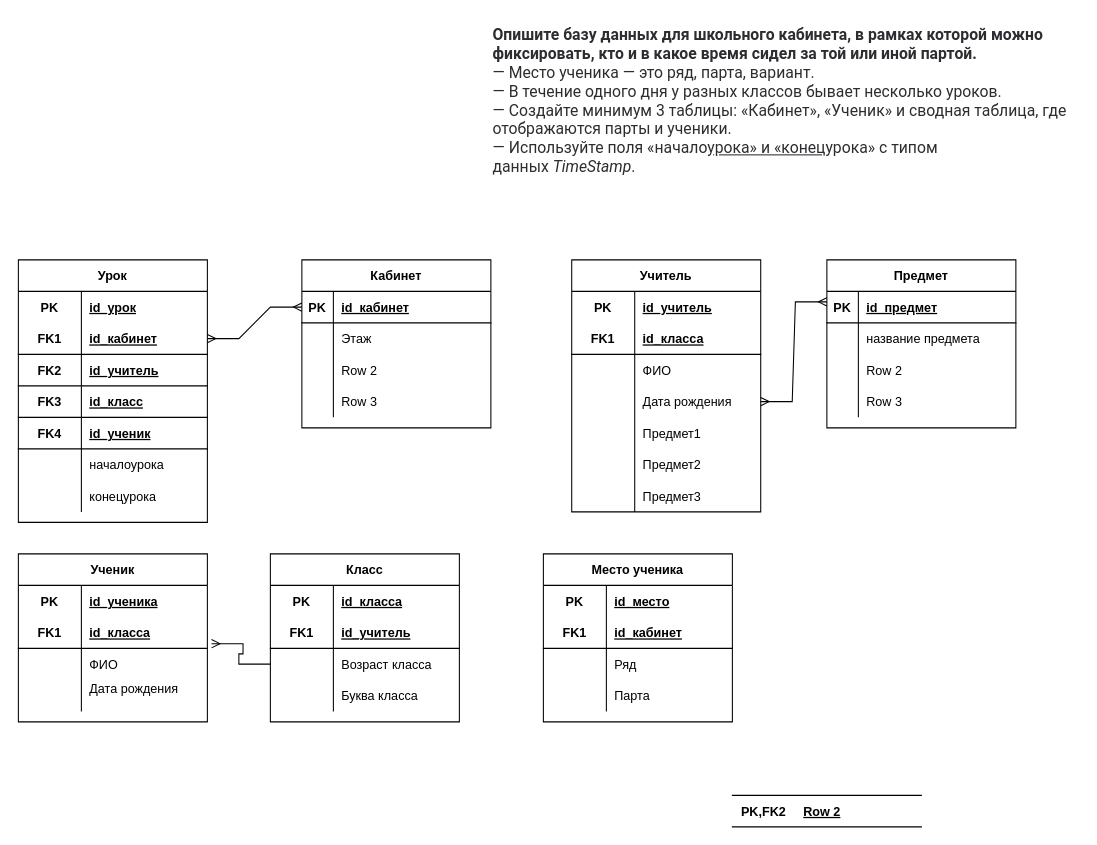
This is Диаграмма класса.drawio from nikul1ch/diagram, a draw.io file, before an edit. Source tidied: cells renumbered, new cells numbered last; positions are measured from the earlier drawing's top-left corner, leaving out a move shared by most shapes. Both pictures are drawn from the tidied source at 105%, with x=0, y=0 at pixel (18, 18).
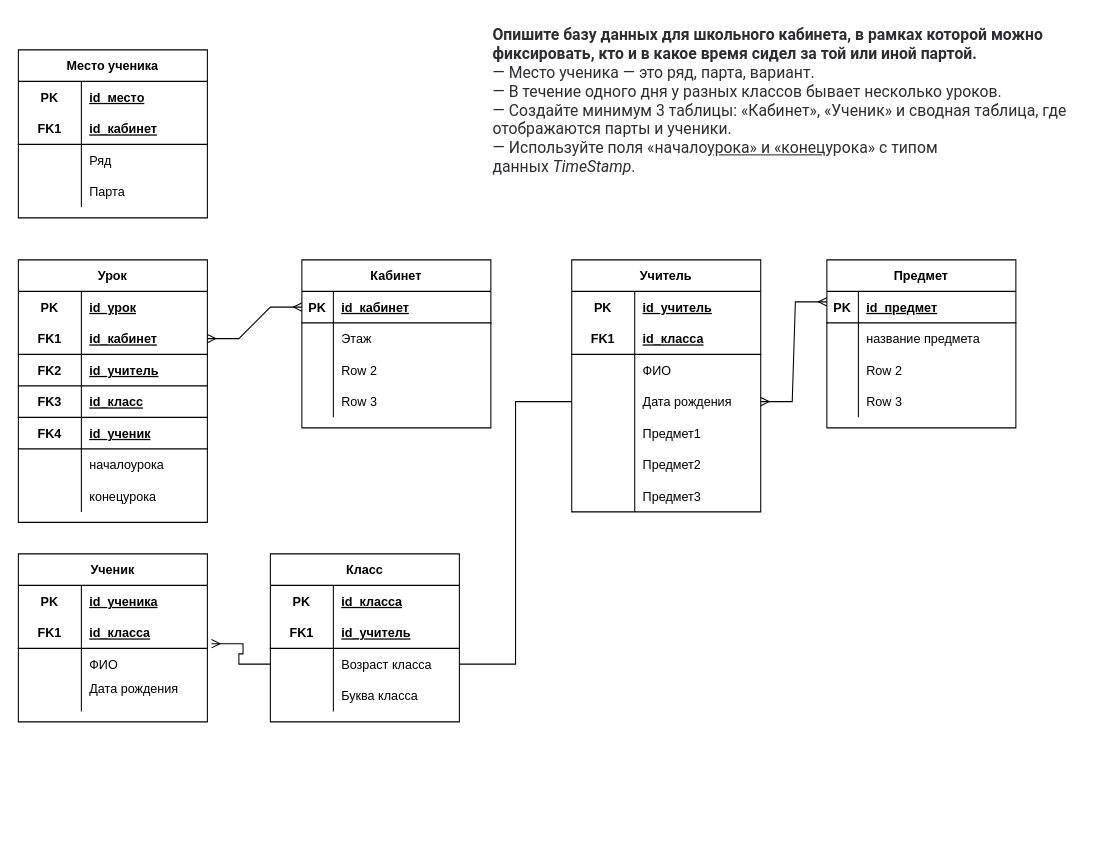
The same diagram, later.

The change refers to these unchanged cells:
```xml
<mxCell id="36" style="shape=tableRow;horizontal=0;startSize=0;swimlaneHead=0;swimlaneBody=0;fillColor=none;points=[[0,0.5],[1,0.5]];portConstraint=eastwest;top=0;left=0;right=0;bottom=0;" parent="29" vertex="1">
  <mxGeometry y="90" width="180" height="30" as="geometry" />
</mxCell>
<mxCell id="52" style="shape=tableRow;horizontal=0;startSize=0;swimlaneHead=0;swimlaneBody=0;fillColor=none;points=[[0,0.5],[1,0.5]];portConstraint=eastwest;top=0;left=0;right=0;bottom=0;" parent="42" vertex="1">
  <mxGeometry y="120" width="180" height="30" as="geometry" />
</mxCell>
```

Diff of the diagram source:
```diff
@@
-    <mxCell id="86" style="shape=tableRow;horizontal=0;startSize=0;swimlaneHead=0;swimlaneBody=0;fillColor=none;top=0;left=0;right=0;bottom=1;" parent="1" vertex="1">
-      <mxGeometry x="680" y="710" width="180" height="30" as="geometry" />
-    </mxCell>
-    <mxCell id="87" style="shape=tableRow;horizontal=0;startSize=0;swimlaneHead=0;swimlaneBody=0;fillColor=none;top=0;left=0;right=0;bottom=1;" parent="1" vertex="1">
-      <mxGeometry x="680" y="740" width="180" height="30" as="geometry" />
-    </mxCell>
-    <mxCell id="88" value="PK,FK2" style="shape=partialRectangle;fillColor=none;top=0;left=0;bottom=0;right=0;fontStyle=1;overflow=hidden;" parent="87" vertex="1">
-      <mxGeometry width="60" height="30" as="geometry" />
-    </mxCell>
-    <mxCell id="89" value="Row 2" style="shape=partialRectangle;fillColor=none;top=0;left=0;bottom=0;right=0;align=left;spacingLeft=6;fontStyle=5;overflow=hidden;" parent="87" vertex="1">
-      <mxGeometry x="60" width="120" height="30" as="geometry" />
-    </mxCell>
     <mxCell id="90" value="Место ученика" style="shape=table;startSize=30;childLayout=tableLayout;rowLines=0;fontStyle=1;align=center;" parent="1" vertex="1">
-      <mxGeometry x="500" y="510" width="180" height="160" as="geometry" />
+      <mxGeometry y="30" width="180" height="160" as="geometry" />
     </mxCell>
@@
+    <mxCell id="125" style="edgeStyle=orthogonalEdgeStyle;rounded=0;jettySize=auto;html=1;entryX=0;entryY=0.5;entryDx=0;entryDy=0;endArrow=none;endFill=0;" parent="1" edge="1" source="36" target="52">
+      <mxGeometry relative="1" as="geometry" />
+    </mxCell>
```
